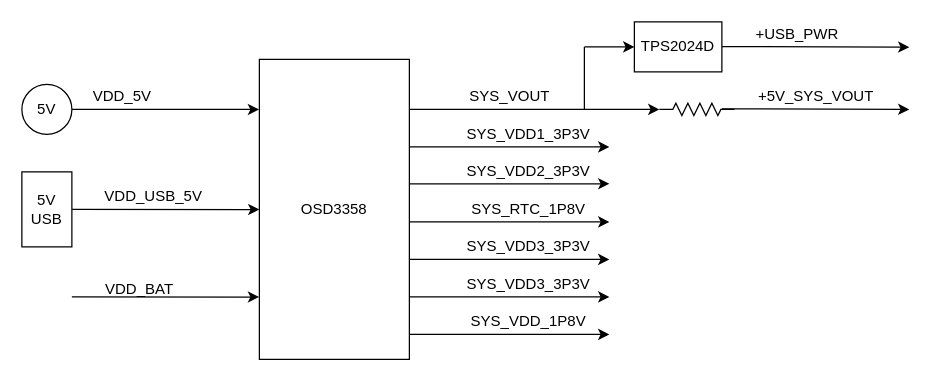
Earlier version of the draw.io diagram OSD3358_PWR_Tree.drawio (anhvanthe/01_my_drawio). Source tidied: cells renumbered, new cells numbered last; positions are measured from the earlier drawing's top-left corner, leaving out a move shared by most shapes. Both pictures are drawn from the tidied source at 125%, with x=0, y=0 at pixel (21, 21).
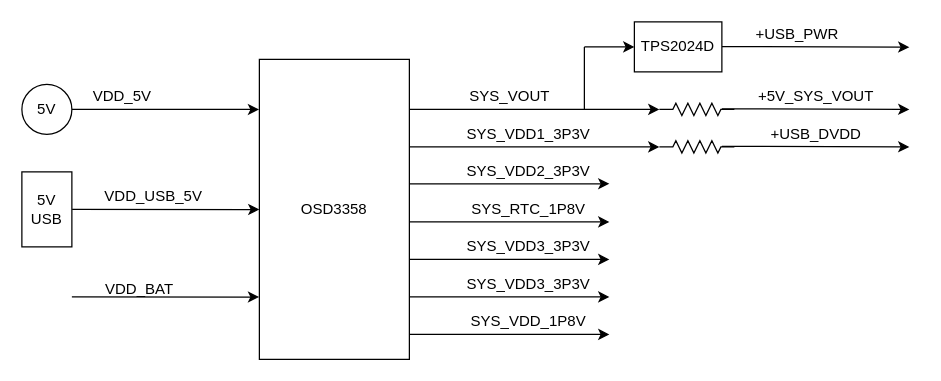
The same page after the edit.

The edit, as a diff of the source:
```diff
@@
     <mxCell id="20" style="endArrow=classic;html=1;" parent="1" edge="1">
       <mxGeometry relative="1" as="geometry">
         <mxPoint x="310" y="100" as="sourcePoint" />
-        <mxPoint x="470" y="100" as="targetPoint" />
+        <mxPoint x="510" y="100" as="targetPoint" />
       </mxGeometry>
     </mxCell>
@@
+    <mxCell id="33" value="+USB_DVDD" style="text;html=1;align=center;verticalAlign=middle;strokeColor=none;fontSize=12;" parent="1" vertex="1">
+      <mxGeometry x="590" y="80" width="90" height="20" as="geometry" />
+    </mxCell>
+    <mxCell id="34" style="verticalLabelPosition=bottom;shadow=0;dashed=0;align=center;html=1;verticalAlign=top;shape=mxgraph.electrical.resistors.resistor_2;fontSize=12;" parent="1" vertex="1">
+      <mxGeometry x="510" y="95" width="60" height="10" as="geometry" />
+    </mxCell>
+    <mxCell id="35" style="endArrow=classic;html=1;" parent="1" edge="1">
+      <mxGeometry relative="1" as="geometry">
+        <mxPoint x="560" y="99.5" as="sourcePoint" />
+        <mxPoint x="710" y="100" as="targetPoint" />
+      </mxGeometry>
+    </mxCell>
```
